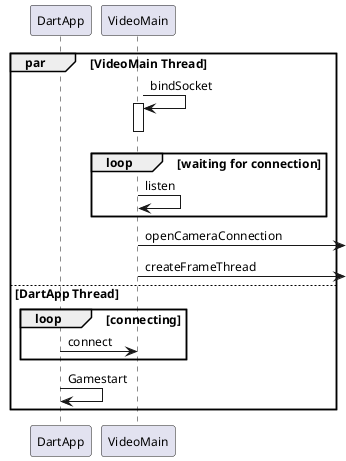
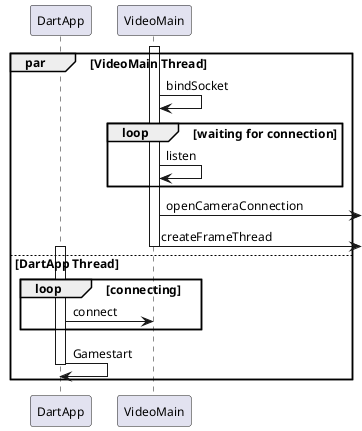
@startuml
skinparam defaultFontName "Times New Roman"
skinparam defaultFontSize 12
skinparam defaultFontColor black

participant DartApp
participant VideoMain
'participant VideoFrameThread

par VideoMain Thread
+     activate VideoMain
    VideoMain -> VideoMain: bindSocket
-     activate VideoMain
-     deactivate VideoMain

    loop waiting for connection
        VideoMain -> VideoMain: listen
    end

    VideoMain -> : openCameraConnection
    VideoMain -> : createFrameThread
    'VideoMain -> VideoFrameThread: create
+     deactivate VideoMain

else DartApp Thread
+     activate DartApp
+ 
    loop connecting
        DartApp -> VideoMain: connect
    end

    DartApp -> DartApp: Gamestart
+     deactivate DartApp
end
@enduml